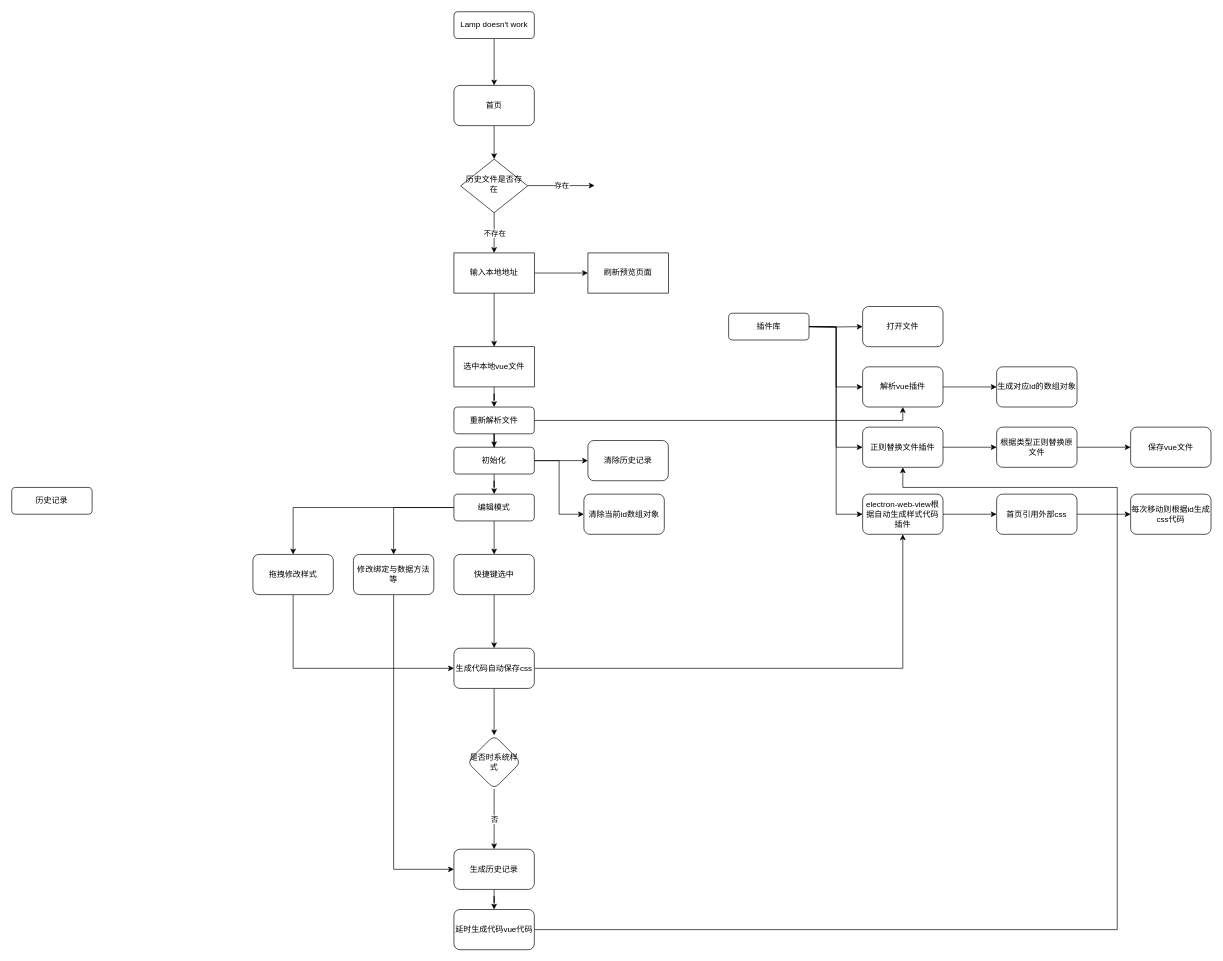
guige888811/painting keeps this draw.io diagram as guiplan-html-edit.drawio. Above is the earlier version. Source tidied: cells renumbered, new cells numbered last; positions are measured from the earlier drawing's top-left corner, leaving out a move shared by most shapes. Both pictures are drawn from the tidied source at 67%, with x=0, y=0 at pixel (11, 11).
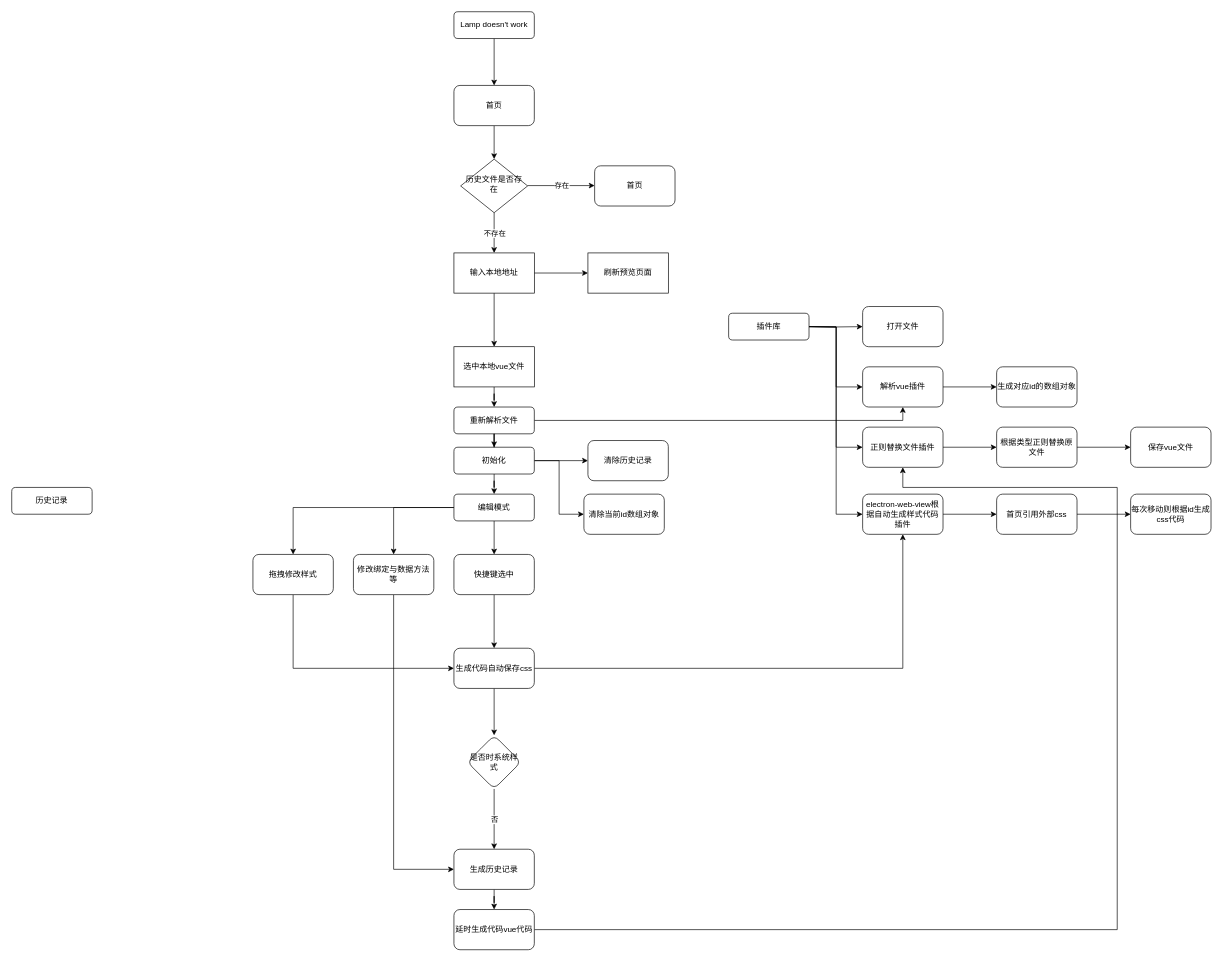
The same page after the edit.

What changed in the source:
```diff
@@
+    <mxCell id="66" value="首页" style="whiteSpace=wrap;html=1;rounded=1;shadow=0;strokeWidth=1;glass=0;" parent="1" vertex="1">
+      <mxGeometry x="870" y="230" width="120" height="60" as="geometry" />
+    </mxCell>
```
